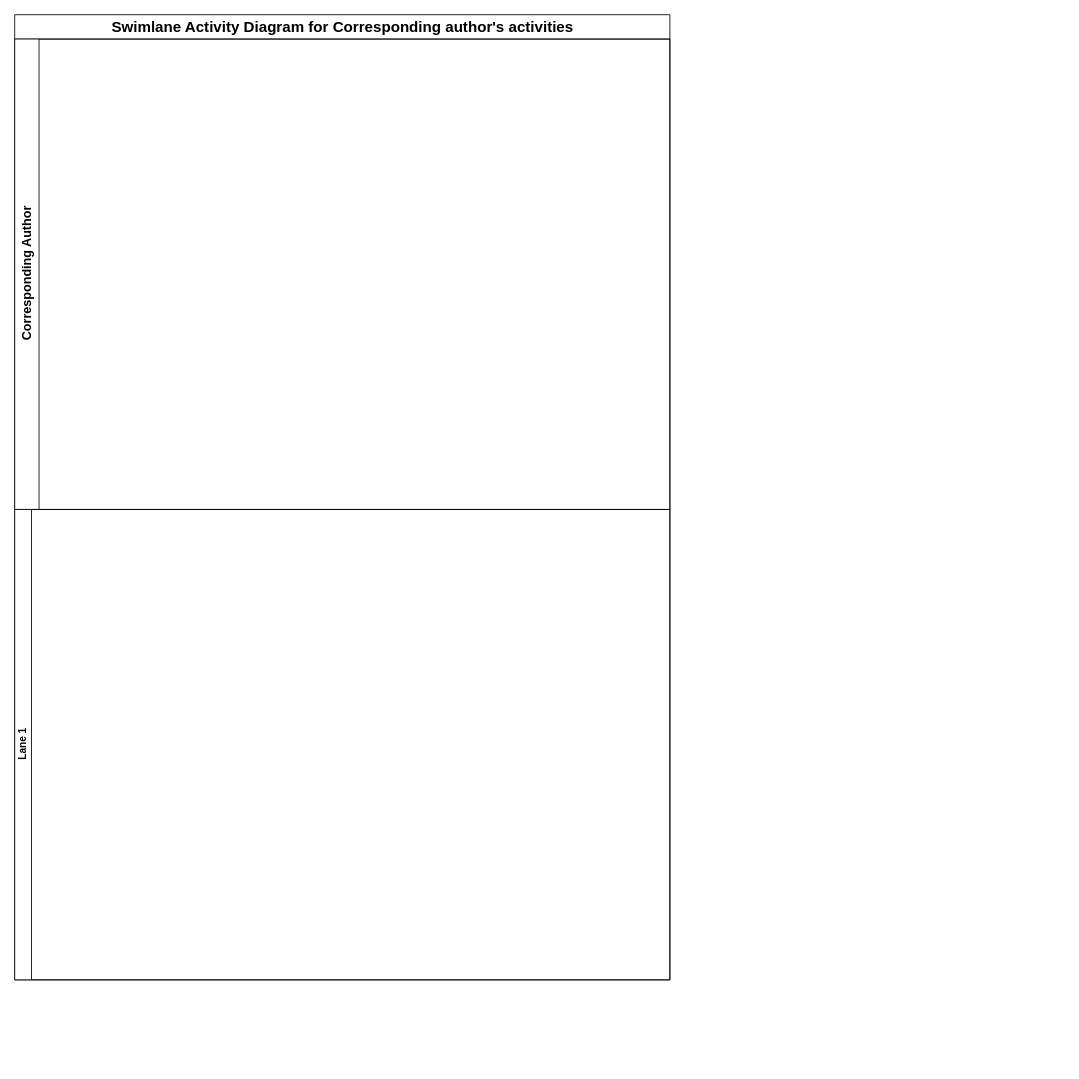
KavinduAmalka/Conference-Management-System keeps this draw.io diagram as UML Diagram/Swimlane Activity Diagram for Actors in the Conference management system/Swimlane Activity Diagram for Corresponding Author_s Activities/V6/Swimlane Activity Diagram for Corresponding author's activities.drawio. Above is the earlier version. Source tidied: cells renumbered, new cells numbered last; positions are measured from the earlier drawing's top-left corner, leaving out a move shared by most shapes. Both pictures are drawn from the tidied source at 84%, with x=0, y=0 at pixel (14, 14).
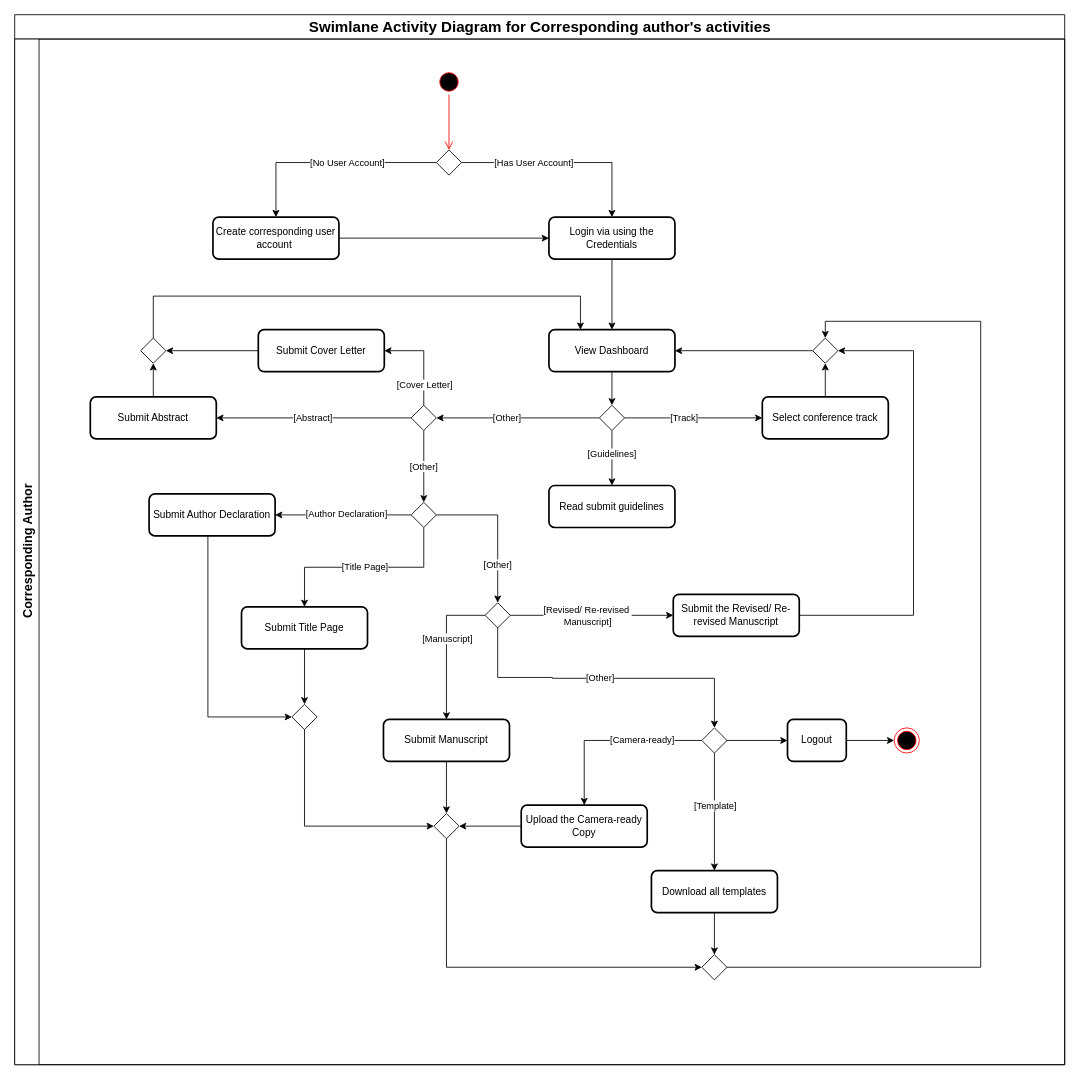
The same page after the edit.

Change to the diagram source:
```diff
@@
     <mxCell id="2" value="&lt;span style=&quot;font-size: 18px;&quot;&gt;Swimlane Activity Diagram for Corresponding author's activities&lt;/span&gt;" style="swimlane;horizontal=1;startSize=29;html=1;" parent="1" vertex="1">
-      <mxGeometry width="780" height="1149" as="geometry" />
+      <mxGeometry width="1250" height="1250" as="geometry" />
     </mxCell>
     <mxCell id="3" value="&lt;font style=&quot;font-size: 15px;&quot;&gt;Corresponding Author&lt;/font&gt;" style="swimlane;startSize=29;horizontal=0;html=1;" parent="2" vertex="1">
-      <mxGeometry y="29" width="780" height="560" as="geometry" />
+      <mxGeometry y="29" width="1250" height="1221" as="geometry" />
     </mxCell>
-    <mxCell id="4" value="Lane 1" style="swimlane;startSize=20;horizontal=0;html=1;" parent="2" vertex="1">
-      <mxGeometry y="589" width="780" height="560" as="geometry" />
-    </mxCell>
+    <mxCell id="5" style="edgeStyle=orthogonalEdgeStyle;rounded=0;jettySize=auto;html=1;entryX=0;entryY=0.5;entryDx=0;entryDy=0;" parent="3" edge="1" source="6" target="8">
+      <mxGeometry relative="1" as="geometry" />
+    </mxCell>
+    <mxCell id="6" value="Create corresponding user account&amp;nbsp;" style="rounded=1;whiteSpace=wrap;html=1;absoluteArcSize=1;arcSize=14;strokeWidth=2;" parent="3" vertex="1">
+      <mxGeometry x="236" y="212" width="150" height="50" as="geometry" />
+    </mxCell>
+    <mxCell id="7" style="edgeStyle=orthogonalEdgeStyle;rounded=0;jettySize=auto;html=1;" parent="3" edge="1" source="8" target="17">
+      <mxGeometry relative="1" as="geometry" />
+    </mxCell>
+    <mxCell id="8" value="Login via using the Credentials" style="rounded=1;whiteSpace=wrap;html=1;absoluteArcSize=1;arcSize=14;strokeWidth=2;" parent="3" vertex="1">
+      <mxGeometry x="636" y="212" width="150" height="50" as="geometry" />
+    </mxCell>
+    <mxCell id="9" style="ellipse;html=1;shape=startState;fillColor=#000000;strokeColor=#ff0000;" parent="3" vertex="1">
+      <mxGeometry x="502" y="36" width="30" height="30" as="geometry" />
+    </mxCell>
+    <mxCell id="10" style="edgeStyle=orthogonalEdgeStyle;html=1;verticalAlign=bottom;endArrow=open;endSize=8;strokeColor=#ff0000;rounded=0;entryX=0.5;entryY=0;entryDx=0;entryDy=0;" parent="3" edge="1" source="9" target="11">
+      <mxGeometry relative="1" as="geometry" />
+    </mxCell>
+    <mxCell id="11" style="rhombus;" parent="3" vertex="1">
+      <mxGeometry x="502" y="132" width="30" height="30" as="geometry" />
+    </mxCell>
+    <mxCell id="12" style="edgeStyle=orthogonalEdgeStyle;rounded=0;jettySize=auto;html=1;entryX=0.5;entryY=0;entryDx=0;entryDy=0;exitX=1;exitY=0.5;exitDx=0;exitDy=0;" parent="3" edge="1" source="11" target="8">
+      <mxGeometry relative="1" as="geometry" />
+    </mxCell>
+    <mxCell id="13" value="[Has User Account]" style="edgeLabel;html=1;align=center;verticalAlign=middle;" parent="12" vertex="1">
+      <mxGeometry x="-0.3" y="3" relative="1" as="geometry">
+        <mxPoint y="3" as="offset" />
+      </mxGeometry>
+    </mxCell>
+    <mxCell id="14" style="edgeStyle=orthogonalEdgeStyle;rounded=0;jettySize=auto;html=1;entryX=0.5;entryY=0;entryDx=0;entryDy=0;exitX=0;exitY=0.5;exitDx=0;exitDy=0;" parent="3" edge="1" source="11" target="6">
+      <mxGeometry relative="1" as="geometry" />
+    </mxCell>
+    <mxCell id="15" value="[No User Account]" style="edgeLabel;html=1;align=center;verticalAlign=middle;" parent="14" vertex="1">
+      <mxGeometry y="-1" relative="1" as="geometry">
+        <mxPoint x="21" y="1" as="offset" />
+      </mxGeometry>
+    </mxCell>
+    <mxCell id="16" style="edgeStyle=orthogonalEdgeStyle;rounded=0;jettySize=auto;html=1;" parent="3" edge="1" source="17" target="24">
+      <mxGeometry relative="1" as="geometry" />
+    </mxCell>
+    <mxCell id="17" value="View Dashboard" style="rounded=1;whiteSpace=wrap;html=1;absoluteArcSize=1;arcSize=14;strokeWidth=2;" parent="3" vertex="1">
+      <mxGeometry x="636" y="346" width="150" height="50" as="geometry" />
+    </mxCell>
+    <mxCell id="18" style="edgeStyle=orthogonalEdgeStyle;rounded=0;jettySize=auto;html=1;entryX=0;entryY=0.5;entryDx=0;entryDy=0;" parent="3" edge="1" source="24" target="26">
+      <mxGeometry relative="1" as="geometry" />
+    </mxCell>
+    <mxCell id="19" value="[Track]" style="edgeLabel;html=1;align=center;verticalAlign=middle;" parent="18" vertex="1">
+      <mxGeometry x="-0.5" y="1" relative="1" as="geometry">
+        <mxPoint x="29" as="offset" />
+      </mxGeometry>
+    </mxCell>
+    <mxCell id="20" style="edgeStyle=orthogonalEdgeStyle;rounded=0;jettySize=auto;html=1;" parent="3" edge="1" source="24" target="27">
+      <mxGeometry relative="1" as="geometry" />
+    </mxCell>
+    <mxCell id="21" value="[Guidelines]" style="edgeLabel;html=1;align=center;verticalAlign=middle;" parent="20" vertex="1">
+      <mxGeometry x="-0.18" y="-1" relative="1" as="geometry" />
+    </mxCell>
+    <mxCell id="22" style="edgeStyle=orthogonalEdgeStyle;rounded=0;jettySize=auto;html=1;entryX=1;entryY=0.5;entryDx=0;entryDy=0;" parent="3" edge="1" source="24" target="34">
+      <mxGeometry relative="1" as="geometry" />
+    </mxCell>
+    <mxCell id="23" value="[Other]" style="edgeLabel;html=1;align=center;verticalAlign=middle;" parent="22" vertex="1">
+      <mxGeometry x="0.14" y="1" relative="1" as="geometry">
+        <mxPoint y="-2" as="offset" />
+      </mxGeometry>
+    </mxCell>
+    <mxCell id="24" style="rhombus;" parent="3" vertex="1">
+      <mxGeometry x="696" y="436" width="30" height="30" as="geometry" />
+    </mxCell>
+    <mxCell id="25" style="edgeStyle=orthogonalEdgeStyle;rounded=0;jettySize=auto;html=1;entryX=0.5;entryY=1;entryDx=0;entryDy=0;" parent="3" edge="1" source="26" target="62">
+      <mxGeometry relative="1" as="geometry" />
+    </mxCell>
+    <mxCell id="26" value="Select conference track" style="rounded=1;whiteSpace=wrap;html=1;absoluteArcSize=1;arcSize=14;strokeWidth=2;" parent="3" vertex="1">
+      <mxGeometry x="890" y="426" width="150" height="50" as="geometry" />
+    </mxCell>
+    <mxCell id="27" value="Read submit guidelines" style="rounded=1;whiteSpace=wrap;html=1;absoluteArcSize=1;arcSize=14;strokeWidth=2;" parent="3" vertex="1">
+      <mxGeometry x="636" y="531.5" width="150" height="50" as="geometry" />
+    </mxCell>
+    <mxCell id="28" style="edgeStyle=orthogonalEdgeStyle;rounded=0;jettySize=auto;html=1;entryX=1;entryY=0.5;entryDx=0;entryDy=0;" parent="3" edge="1" source="34" target="35">
+      <mxGeometry relative="1" as="geometry">
+        <Array as="points">
+          <mxPoint x="487" y="371" />
+        </Array>
+      </mxGeometry>
+    </mxCell>
+    <mxCell id="29" value="[Cover Letter]" style="edgeLabel;html=1;align=center;verticalAlign=middle;" parent="28" vertex="1">
+      <mxGeometry x="-0.21" relative="1" as="geometry">
+        <mxPoint y="19" as="offset" />
+      </mxGeometry>
+    </mxCell>
+    <mxCell id="30" style="edgeStyle=orthogonalEdgeStyle;rounded=0;jettySize=auto;html=1;entryX=1;entryY=0.5;entryDx=0;entryDy=0;" parent="3" edge="1" source="34" target="37">
+      <mxGeometry relative="1" as="geometry" />
+    </mxCell>
+    <mxCell id="31" value="[Abstract]" style="edgeLabel;html=1;align=center;verticalAlign=middle;" parent="30" vertex="1">
+      <mxGeometry x="0.02" y="-1" relative="1" as="geometry" />
+    </mxCell>
+    <mxCell id="32" style="edgeStyle=orthogonalEdgeStyle;rounded=0;jettySize=auto;html=1;entryX=0.5;entryY=0;entryDx=0;entryDy=0;" parent="3" edge="1" source="34" target="44">
+      <mxGeometry relative="1" as="geometry" />
+    </mxCell>
+    <mxCell id="33" value="[Other]" style="edgeLabel;html=1;align=center;verticalAlign=middle;" parent="32" vertex="1">
+      <mxGeometry x="-0.02" y="2" relative="1" as="geometry">
+        <mxPoint x="-3" as="offset" />
+      </mxGeometry>
+    </mxCell>
+    <mxCell id="34" style="rhombus;" parent="3" vertex="1">
+      <mxGeometry x="472" y="436" width="30" height="30" as="geometry" />
+    </mxCell>
+    <mxCell id="35" value="Submit Cover Letter" style="rounded=1;whiteSpace=wrap;html=1;absoluteArcSize=1;arcSize=14;strokeWidth=2;" parent="3" vertex="1">
+      <mxGeometry x="290" y="346" width="150" height="50" as="geometry" />
+    </mxCell>
+    <mxCell id="36" style="edgeStyle=orthogonalEdgeStyle;rounded=0;jettySize=auto;html=1;entryX=0.5;entryY=1;entryDx=0;entryDy=0;" parent="3" edge="1" source="37" target="59">
+      <mxGeometry relative="1" as="geometry" />
+    </mxCell>
+    <mxCell id="37" value="Submit Abstract" style="rounded=1;whiteSpace=wrap;html=1;absoluteArcSize=1;arcSize=14;strokeWidth=2;" parent="3" vertex="1">
+      <mxGeometry x="90" y="426" width="150" height="50" as="geometry" />
+    </mxCell>
+    <mxCell id="38" style="edgeStyle=orthogonalEdgeStyle;rounded=0;jettySize=auto;html=1;" parent="3" edge="1" source="44" target="46">
+      <mxGeometry relative="1" as="geometry" />
+    </mxCell>
+    <mxCell id="39" value="[Author Declaration]" style="edgeLabel;html=1;align=center;verticalAlign=middle;" parent="38" vertex="1">
+      <mxGeometry x="0.08" relative="1" as="geometry">
+        <mxPoint x="9" y="-1" as="offset" />
+      </mxGeometry>
+    </mxCell>
+    <mxCell id="40" style="edgeStyle=orthogonalEdgeStyle;rounded=0;jettySize=auto;html=1;exitX=0.5;exitY=1;exitDx=0;exitDy=0;entryX=0.5;entryY=0;entryDx=0;entryDy=0;" parent="3" edge="1" source="44" target="48">
+      <mxGeometry relative="1" as="geometry" />
+    </mxCell>
+    <mxCell id="41" value="[Title Page]" style="edgeLabel;html=1;align=center;verticalAlign=middle;" parent="40" vertex="1">
+      <mxGeometry y="-1" relative="1" as="geometry" />
+    </mxCell>
+    <mxCell id="42" style="edgeStyle=orthogonalEdgeStyle;rounded=0;jettySize=auto;html=1;exitX=1;exitY=0.5;exitDx=0;exitDy=0;entryX=0.5;entryY=0;entryDx=0;entryDy=0;" parent="3" edge="1" source="44" target="55">
+      <mxGeometry relative="1" as="geometry" />
+    </mxCell>
+    <mxCell id="43" value="[Other]" style="edgeLabel;html=1;align=center;verticalAlign=middle;" parent="42" vertex="1">
+      <mxGeometry x="0.49" y="-1" relative="1" as="geometry" />
+    </mxCell>
+    <mxCell id="44" style="rhombus;" parent="3" vertex="1">
+      <mxGeometry x="472" y="551.5" width="30" height="30" as="geometry" />
+    </mxCell>
+    <mxCell id="45" style="edgeStyle=orthogonalEdgeStyle;rounded=0;jettySize=auto;html=1;entryX=0;entryY=0.5;entryDx=0;entryDy=0;" parent="3" edge="1" source="46" target="64">
+      <mxGeometry relative="1" as="geometry">
+        <Array as="points">
+          <mxPoint x="230" y="807" />
+        </Array>
+      </mxGeometry>
+    </mxCell>
+    <mxCell id="46" value="Submit Author Declaration" style="rounded=1;whiteSpace=wrap;html=1;absoluteArcSize=1;arcSize=14;strokeWidth=2;" parent="3" vertex="1">
+      <mxGeometry x="160" y="541.5" width="150" height="50" as="geometry" />
+    </mxCell>
+    <mxCell id="47" style="edgeStyle=orthogonalEdgeStyle;rounded=0;jettySize=auto;html=1;entryX=0.5;entryY=0;entryDx=0;entryDy=0;" parent="3" edge="1" source="48" target="64">
+      <mxGeometry relative="1" as="geometry" />
+    </mxCell>
+    <mxCell id="48" value="Submit Title Page" style="rounded=1;whiteSpace=wrap;html=1;absoluteArcSize=1;arcSize=14;strokeWidth=2;" parent="3" vertex="1">
+      <mxGeometry x="270" y="676" width="150" height="50" as="geometry" />
+    </mxCell>
+    <mxCell id="49" style="edgeStyle=orthogonalEdgeStyle;rounded=0;jettySize=auto;html=1;entryX=0.5;entryY=0;entryDx=0;entryDy=0;exitX=0;exitY=0.5;exitDx=0;exitDy=0;" parent="3" edge="1" source="55" target="57">
+      <mxGeometry relative="1" as="geometry">
+        <Array as="points">
+          <mxPoint x="514" y="686" />
+        </Array>
+      </mxGeometry>
+    </mxCell>
+    <mxCell id="50" value="[Manuscript]" style="edgeLabel;html=1;align=center;verticalAlign=middle;" parent="49" vertex="1">
+      <mxGeometry x="-0.14" relative="1" as="geometry" />
+    </mxCell>
+    <mxCell id="51" style="edgeStyle=orthogonalEdgeStyle;rounded=0;jettySize=auto;html=1;" parent="3" edge="1" source="55" target="66">
+      <mxGeometry relative="1" as="geometry" />
+    </mxCell>
+    <mxCell id="52" value="[Revised/ Re-revised&amp;nbsp;&lt;div&gt;Manuscript]&lt;/div&gt;" style="edgeLabel;html=1;align=center;verticalAlign=middle;" parent="51" vertex="1">
+      <mxGeometry x="-0.06" relative="1" as="geometry" />
+    </mxCell>
+    <mxCell id="53" style="edgeStyle=orthogonalEdgeStyle;rounded=0;jettySize=auto;html=1;exitX=0.5;exitY=1;exitDx=0;exitDy=0;entryX=0.5;entryY=0;entryDx=0;entryDy=0;" parent="3" edge="1" source="55" target="72">
+      <mxGeometry relative="1" as="geometry">
+        <Array as="points">
+          <mxPoint x="575" y="760" />
+          <mxPoint x="640" y="760" />
+          <mxPoint x="745" y="761" />
+        </Array>
+      </mxGeometry>
+    </mxCell>
+    <mxCell id="54" value="[Other]" style="edgeLabel;html=1;align=center;verticalAlign=middle;" parent="53" vertex="1">
+      <mxGeometry x="-0.04" y="2" relative="1" as="geometry">
+        <mxPoint y="1" as="offset" />
+      </mxGeometry>
+    </mxCell>
+    <mxCell id="55" style="rhombus;" parent="3" vertex="1">
+      <mxGeometry x="560" y="671" width="30" height="30" as="geometry" />
+    </mxCell>
+    <mxCell id="56" style="edgeStyle=orthogonalEdgeStyle;rounded=0;jettySize=auto;html=1;entryX=0.5;entryY=0;entryDx=0;entryDy=0;" parent="3" edge="1" source="57" target="76">
+      <mxGeometry relative="1" as="geometry" />
+    </mxCell>
+    <mxCell id="57" value="Submit Manuscript" style="rounded=1;whiteSpace=wrap;html=1;absoluteArcSize=1;arcSize=14;strokeWidth=2;" parent="3" vertex="1">
+      <mxGeometry x="439" y="810" width="150" height="50" as="geometry" />
+    </mxCell>
+    <mxCell id="58" style="edgeStyle=orthogonalEdgeStyle;rounded=0;jettySize=auto;html=1;entryX=0.25;entryY=0;entryDx=0;entryDy=0;" parent="3" edge="1" source="59" target="17">
+      <mxGeometry relative="1" as="geometry">
+        <Array as="points">
+          <mxPoint x="165" y="306" />
+          <mxPoint x="674" y="306" />
+        </Array>
+      </mxGeometry>
+    </mxCell>
+    <mxCell id="59" style="rhombus;" parent="3" vertex="1">
+      <mxGeometry x="150" y="356" width="30" height="30" as="geometry" />
+    </mxCell>
+    <mxCell id="60" style="edgeStyle=orthogonalEdgeStyle;rounded=0;jettySize=auto;html=1;entryX=1;entryY=0.5;entryDx=0;entryDy=0;" parent="3" edge="1" source="35" target="59">
+      <mxGeometry relative="1" as="geometry" />
+    </mxCell>
+    <mxCell id="61" style="edgeStyle=orthogonalEdgeStyle;rounded=0;jettySize=auto;html=1;entryX=1;entryY=0.5;entryDx=0;entryDy=0;" parent="3" edge="1" source="62" target="17">
+      <mxGeometry relative="1" as="geometry" />
+    </mxCell>
+    <mxCell id="62" style="rhombus;" parent="3" vertex="1">
+      <mxGeometry x="950" y="356" width="30" height="30" as="geometry" />
+    </mxCell>
+    <mxCell id="63" style="edgeStyle=orthogonalEdgeStyle;rounded=0;jettySize=auto;html=1;entryX=0;entryY=0.5;entryDx=0;entryDy=0;" parent="3" edge="1" source="64" target="76">
+      <mxGeometry relative="1" as="geometry">
+        <Array as="points">
+          <mxPoint x="345" y="937" />
+        </Array>
+      </mxGeometry>
+    </mxCell>
+    <mxCell id="64" style="rhombus;" parent="3" vertex="1">
+      <mxGeometry x="330" y="792" width="30" height="30" as="geometry" />
+    </mxCell>
+    <mxCell id="65" style="edgeStyle=orthogonalEdgeStyle;rounded=0;jettySize=auto;html=1;entryX=1;entryY=0.5;entryDx=0;entryDy=0;" parent="3" edge="1" source="66" target="62">
+      <mxGeometry relative="1" as="geometry">
+        <Array as="points">
+          <mxPoint x="1070" y="686" />
+          <mxPoint x="1070" y="371" />
+        </Array>
+      </mxGeometry>
+    </mxCell>
+    <mxCell id="66" value="&lt;span style=&quot;font-family: Arial, sans-serif; white-space: pre-wrap;&quot;&gt;Submit the Revised/ Re-revised Manuscript&lt;/span&gt;" style="rounded=1;whiteSpace=wrap;html=1;absoluteArcSize=1;arcSize=14;strokeWidth=2;" parent="3" vertex="1">
+      <mxGeometry x="784" y="661" width="150" height="50" as="geometry" />
+    </mxCell>
+    <mxCell id="67" style="edgeStyle=orthogonalEdgeStyle;rounded=0;jettySize=auto;html=1;entryX=0.5;entryY=0;entryDx=0;entryDy=0;" parent="3" edge="1" source="72" target="74">
+      <mxGeometry relative="1" as="geometry" />
+    </mxCell>
+    <mxCell id="68" value="[Camera-ready]" style="edgeLabel;html=1;align=center;verticalAlign=middle;" parent="67" vertex="1">
+      <mxGeometry x="-0.08" y="-1" relative="1" as="geometry">
+        <mxPoint x="28" as="offset" />
+      </mxGeometry>
+    </mxCell>
+    <mxCell id="69" style="edgeStyle=orthogonalEdgeStyle;rounded=0;jettySize=auto;html=1;entryX=0.5;entryY=0;entryDx=0;entryDy=0;" parent="3" edge="1" source="72" target="78">
+      <mxGeometry relative="1" as="geometry" />
+    </mxCell>
+    <mxCell id="70" value="[Template]" style="edgeLabel;html=1;align=center;verticalAlign=middle;" parent="69" vertex="1">
+      <mxGeometry x="-0.12" relative="1" as="geometry" />
+    </mxCell>
+    <mxCell id="71" style="edgeStyle=orthogonalEdgeStyle;rounded=0;jettySize=auto;html=1;entryX=0;entryY=0.5;entryDx=0;entryDy=0;" parent="3" edge="1" source="72" target="82">
+      <mxGeometry relative="1" as="geometry" />
+    </mxCell>
+    <mxCell id="72" style="rhombus;" parent="3" vertex="1">
+      <mxGeometry x="818" y="820" width="30" height="30" as="geometry" />
+    </mxCell>
+    <mxCell id="73" style="edgeStyle=orthogonalEdgeStyle;rounded=0;jettySize=auto;html=1;entryX=1;entryY=0.5;entryDx=0;entryDy=0;" parent="3" edge="1" source="74" target="76">
+      <mxGeometry relative="1" as="geometry" />
+    </mxCell>
+    <mxCell id="74" value="&lt;span style=&quot;font-family: Arial, sans-serif; white-space: pre-wrap;&quot;&gt;Upload the Camera-ready Copy&lt;/span&gt;" style="rounded=1;whiteSpace=wrap;html=1;absoluteArcSize=1;arcSize=14;strokeWidth=2;" parent="3" vertex="1">
+      <mxGeometry x="603" y="912" width="150" height="50" as="geometry" />
+    </mxCell>
+    <mxCell id="75" style="edgeStyle=orthogonalEdgeStyle;rounded=0;jettySize=auto;html=1;entryX=0;entryY=0.5;entryDx=0;entryDy=0;" parent="3" edge="1" source="76" target="80">
+      <mxGeometry relative="1" as="geometry">
+        <Array as="points">
+          <mxPoint x="514" y="1105" />
+        </Array>
+      </mxGeometry>
+    </mxCell>
+    <mxCell id="76" style="rhombus;" parent="3" vertex="1">
+      <mxGeometry x="499" y="922" width="30" height="30" as="geometry" />
+    </mxCell>
+    <mxCell id="77" style="edgeStyle=orthogonalEdgeStyle;rounded=0;jettySize=auto;html=1;entryX=0.5;entryY=0;entryDx=0;entryDy=0;" parent="3" edge="1" source="78" target="80">
+      <mxGeometry relative="1" as="geometry" />
+    </mxCell>
+    <mxCell id="78" value="&lt;span style=&quot;font-family: Arial, sans-serif; white-space: pre-wrap;&quot;&gt;Download all templates&lt;/span&gt;" style="rounded=1;whiteSpace=wrap;html=1;absoluteArcSize=1;arcSize=14;strokeWidth=2;" parent="3" vertex="1">
+      <mxGeometry x="758" y="990" width="150" height="50" as="geometry" />
+    </mxCell>
+    <mxCell id="79" style="edgeStyle=orthogonalEdgeStyle;rounded=0;jettySize=auto;html=1;entryX=0.5;entryY=0;entryDx=0;entryDy=0;" parent="3" edge="1" source="80" target="62">
+      <mxGeometry relative="1" as="geometry">
+        <Array as="points">
+          <mxPoint x="1150" y="1105" />
+          <mxPoint x="1150" y="336" />
+          <mxPoint x="965" y="336" />
+        </Array>
+      </mxGeometry>
+    </mxCell>
+    <mxCell id="80" style="rhombus;" parent="3" vertex="1">
+      <mxGeometry x="818" y="1090" width="30" height="30" as="geometry" />
+    </mxCell>
+    <mxCell id="81" style="edgeStyle=orthogonalEdgeStyle;rounded=0;jettySize=auto;html=1;entryX=0;entryY=0.5;entryDx=0;entryDy=0;" parent="3" edge="1" source="82" target="83">
+      <mxGeometry relative="1" as="geometry" />
+    </mxCell>
+    <mxCell id="82" value="&lt;span style=&quot;font-family: Arial, sans-serif; white-space: pre-wrap;&quot;&gt;Logout&lt;/span&gt;" style="rounded=1;whiteSpace=wrap;html=1;absoluteArcSize=1;arcSize=14;strokeWidth=2;" parent="3" vertex="1">
+      <mxGeometry x="920" y="810" width="70" height="50" as="geometry" />
+    </mxCell>
+    <mxCell id="83" style="ellipse;html=1;shape=endState;fillColor=#000000;strokeColor=#ff0000;" parent="3" vertex="1">
+      <mxGeometry x="1047" y="820" width="30" height="30" as="geometry" />
+    </mxCell>
```
